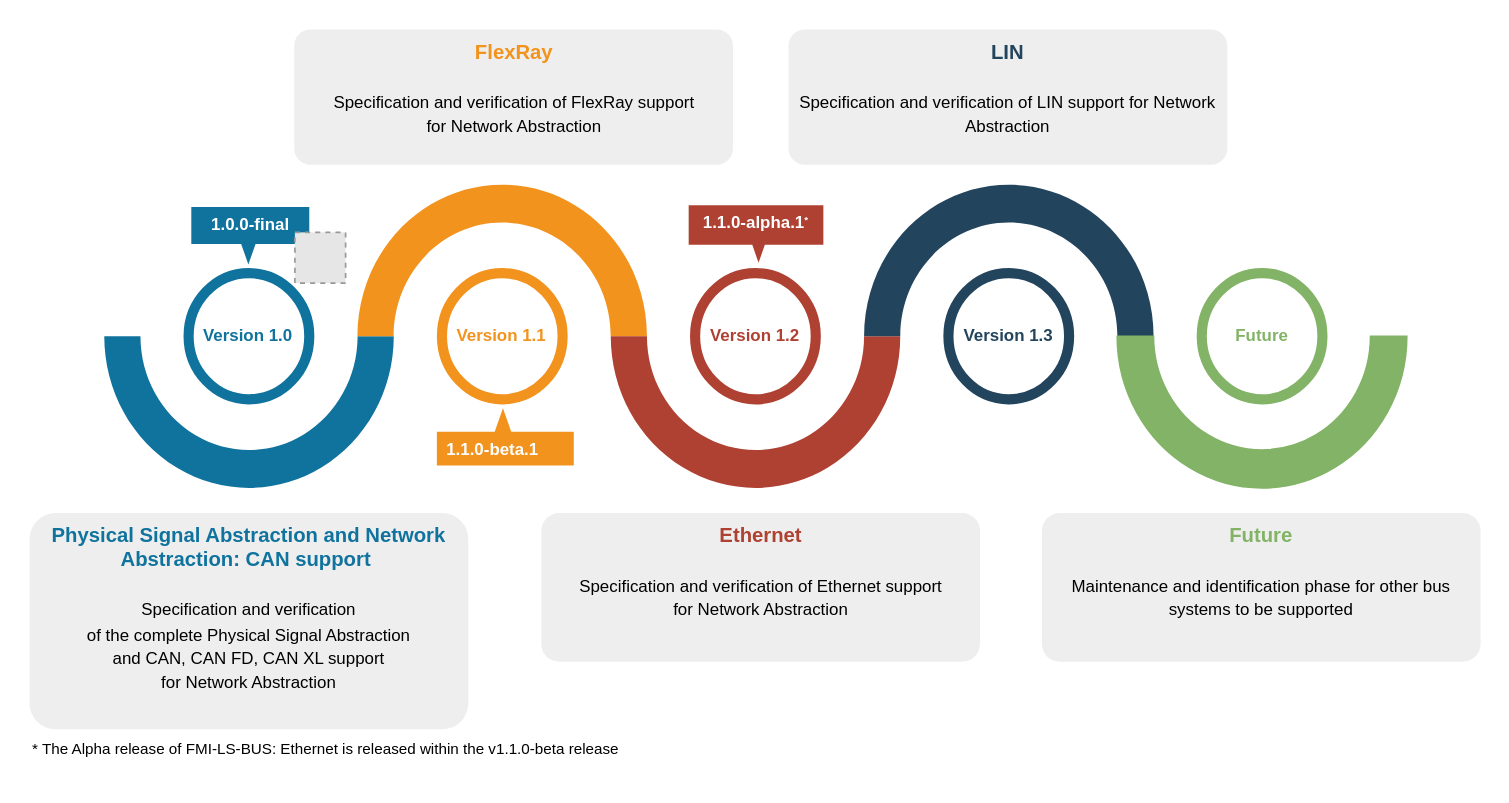
Earlier version of the draw.io diagram roadmap_overview.drawio (modelica/fmi-ls-bus). Source tidied: cells renumbered, new cells numbered last; positions are measured from the earlier drawing's top-left corner, leaving out a move shared by most shapes. Both pictures are drawn from the tidied source at 169%, with x=0, y=0 at pixel (29, 29). Pictures stored in the file or linked from it are replaced by grey dashed boxes.
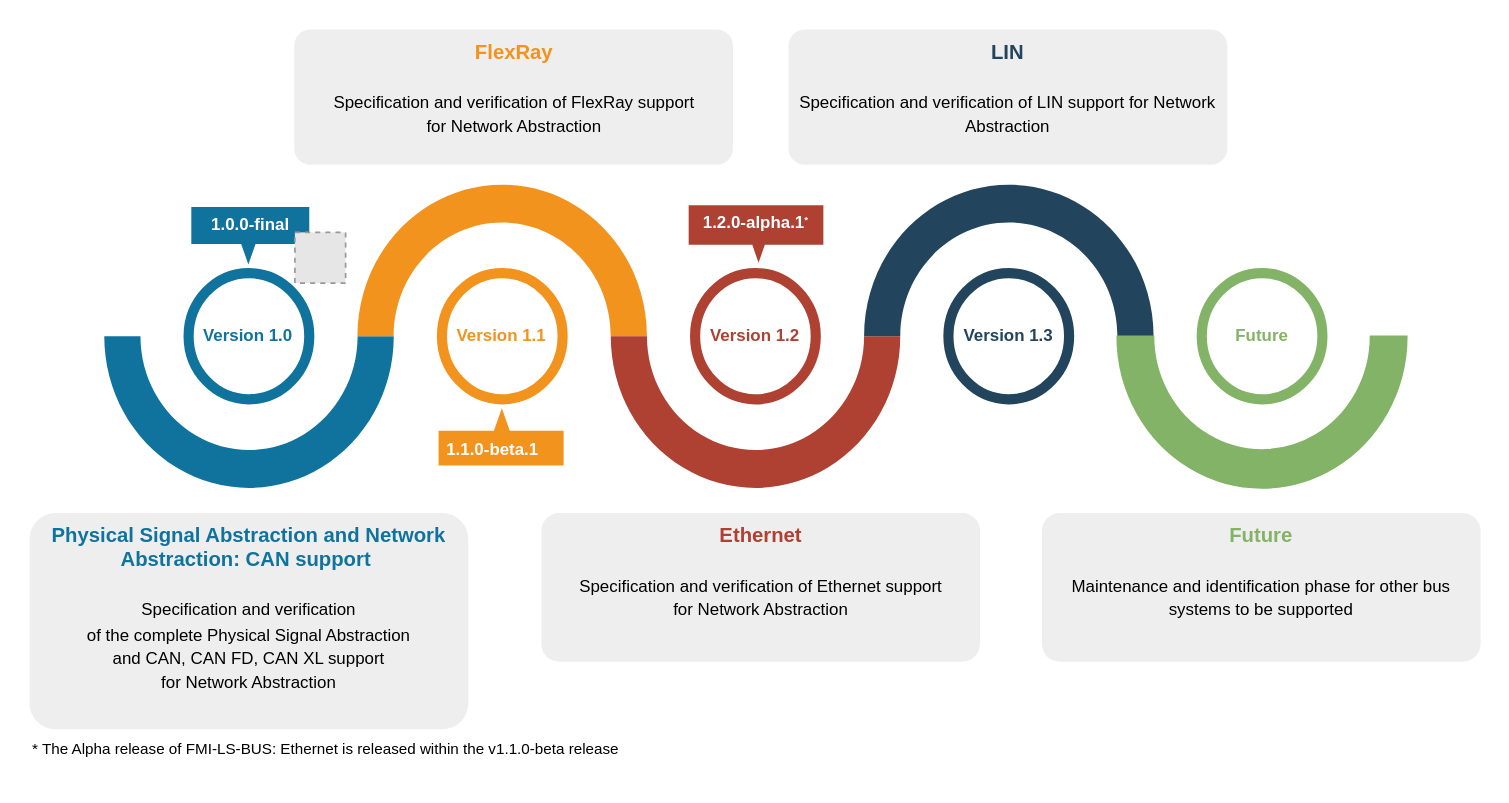
After the change.

Commit message (it also covers changes not shown here):
Fixed roadmap overview

What changed in the source:
```diff
@@
-    <mxCell id="18" value="&lt;b style=&quot;font-size: 10px; text-align: left;&quot;&gt;1.1.0-alpha.1&lt;/b&gt;&lt;b style=&quot;text-align: left;&quot;&gt;&lt;font style=&quot;font-size: 7px;&quot;&gt;&lt;sup&gt;*&lt;/sup&gt;&lt;/font&gt;&lt;/b&gt;" style="html=1;whiteSpace=wrap;shape=mxgraph.infographic.barCallout;dx=41.35;dy=10.62;fillColor=#AE4132;strokeColor=none;align=center;verticalAlign=top;fontColor=#ffffff;fontSize=14;fontStyle=1;shadow=0;spacingTop=-6;horizontal=1;spacingBottom=-8;" parent="1" vertex="1">
+    <mxCell id="18" value="&lt;b style=&quot;font-size: 10px; text-align: left;&quot;&gt;1.2.0-alpha.1&lt;/b&gt;&lt;b style=&quot;text-align: left;&quot;&gt;&lt;font style=&quot;font-size: 7px;&quot;&gt;&lt;sup&gt;*&lt;/sup&gt;&lt;/font&gt;&lt;/b&gt;" style="html=1;whiteSpace=wrap;shape=mxgraph.infographic.barCallout;dx=41.35;dy=10.62;fillColor=#AE4132;strokeColor=none;align=center;verticalAlign=top;fontColor=#ffffff;fontSize=14;fontStyle=1;shadow=0;spacingTop=-6;horizontal=1;spacingBottom=-8;" parent="1" vertex="1">
       <mxGeometry x="390" y="104" width="79.7" height="34" as="geometry" />
     </mxCell>
-    <mxCell id="19" style="html=1;whiteSpace=wrap;shape=mxgraph.infographic.barCallout;dx=41.89;dy=13.99;fillColor=#F2931E;strokeColor=none;align=center;verticalAlign=top;fontColor=#ffffff;fontSize=14;fontStyle=1;shadow=0;spacingTop=-6;horizontal=1;spacingBottom=-8;rotation=-180;" parent="1" vertex="1">
-      <mxGeometry x="241" y="224" width="81" height="34" as="geometry" />
+    <mxCell id="19" style="html=1;whiteSpace=wrap;shape=mxgraph.infographic.barCallout;dx=36.55;dy=13.39;fillColor=#F2931E;strokeColor=none;align=center;verticalAlign=top;fontColor=#ffffff;fontSize=14;fontStyle=1;shadow=0;spacingTop=-6;horizontal=1;spacingBottom=-8;rotation=-180;" parent="1" vertex="1">
+      <mxGeometry x="242" y="224" width="74" height="34" as="geometry" />
     </mxCell>
```
